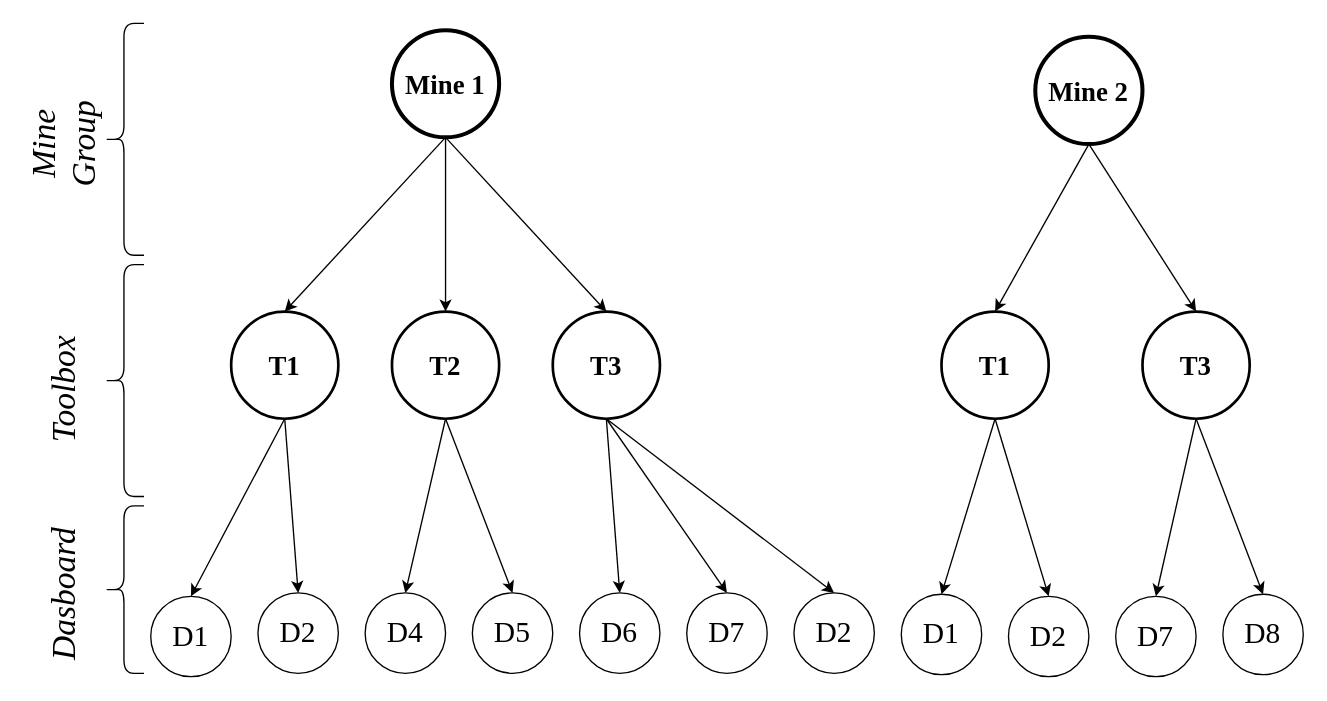
Before: Images/Chapter2/SystemA_Dashboard/SystemA_Dashboard.drawio in CorrieScheepers/Masters, a draw.io diagram. Source tidied: cells renumbered, new cells numbered last; positions are measured from the earlier drawing's top-left corner, leaving out a move shared by most shapes. Both pictures are drawn from the tidied source at 134%, with x=0, y=0 at pixel (3, 23).
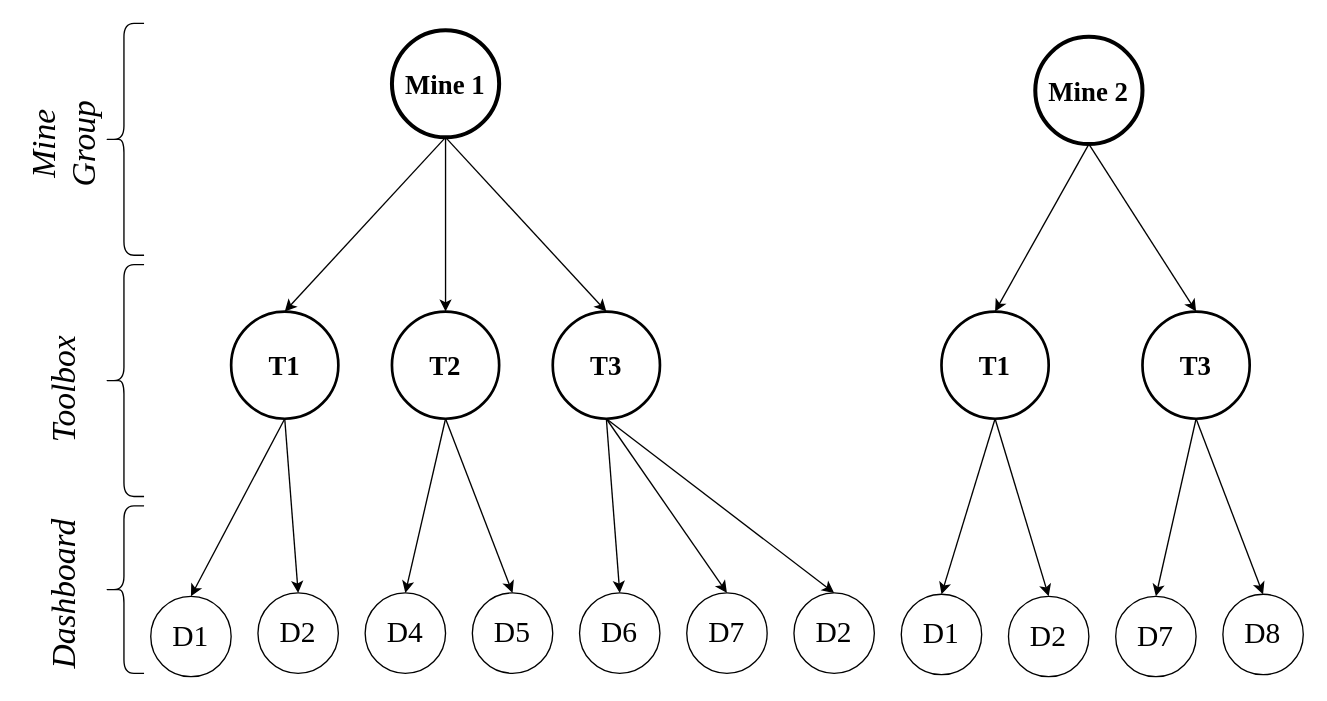
After the change.

What changed in the source:
```diff
@@
-    <mxCell id="39" value="&lt;font style=&quot;font-size: 25px;&quot;&gt;&lt;i style=&quot;font-size: 25px;&quot;&gt;Dasboard&lt;/i&gt;&lt;/font&gt;" style="text;html=1;strokeColor=none;fillColor=none;align=center;verticalAlign=middle;whiteSpace=wrap;rounded=0;fontFamily=Times New Roman;fontSize=25;rotation=-90;" parent="1" vertex="1">
+    <mxCell id="39" value="&lt;font style=&quot;font-size: 25px&quot;&gt;&lt;i style=&quot;font-size: 25px&quot;&gt;Dashboard&lt;/i&gt;&lt;/font&gt;" style="text;html=1;strokeColor=none;fillColor=none;align=center;verticalAlign=middle;whiteSpace=wrap;rounded=0;fontFamily=Times New Roman;fontSize=25;rotation=-90;" parent="1" vertex="1">
       <mxGeometry y="416" width="90" height="20" as="geometry" />
     </mxCell>
```
